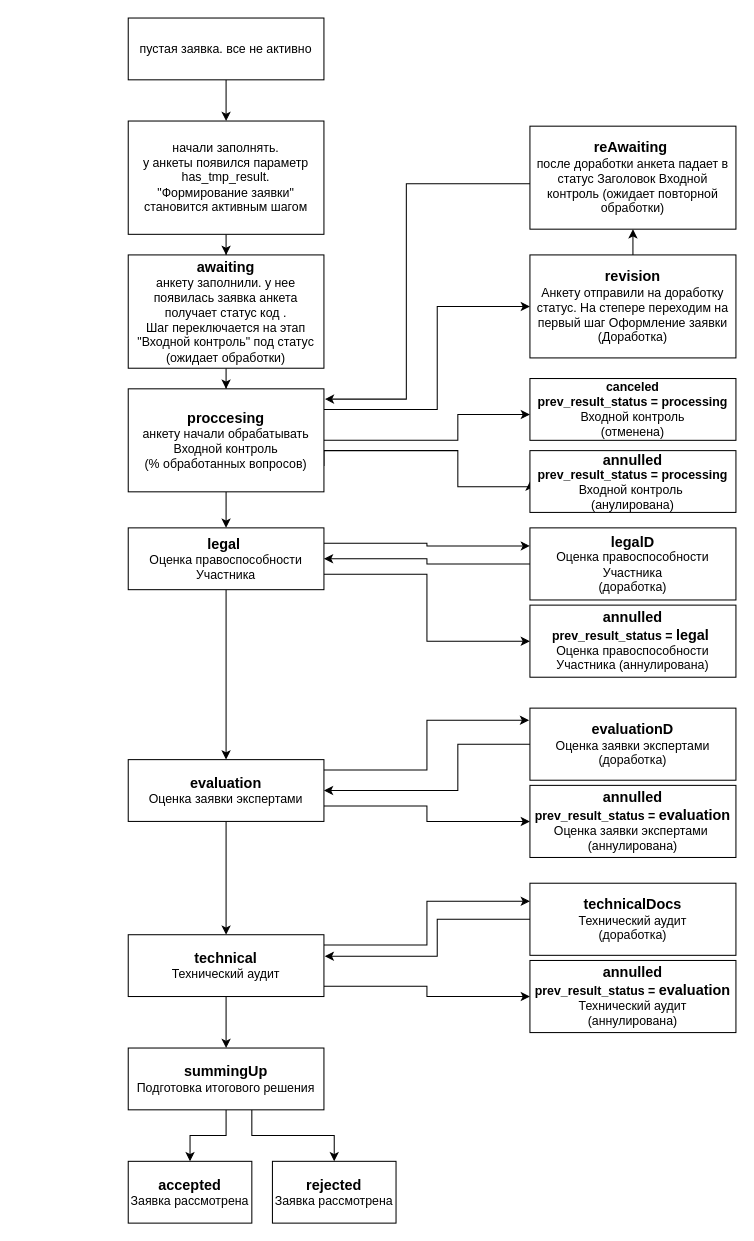
Above: Untitled Diagram.drawio in burnJoy/test2 (draw.io), before the change. Source tidied: cells renumbered, new cells numbered last; positions are measured from the earlier drawing's top-left corner, leaving out a move shared by most shapes. Both pictures are drawn from the tidied source at 103%, with x=0, y=0 at pixel (128, 18).
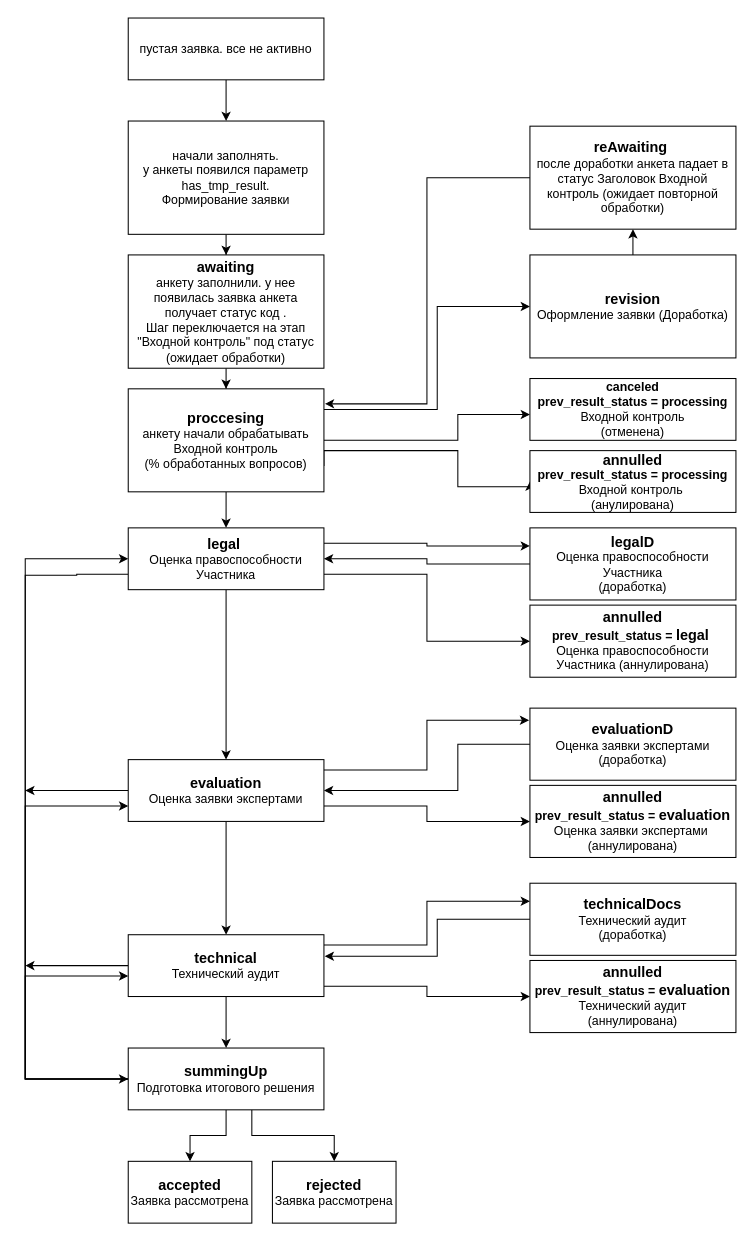
The same diagram, later.

Unchanged cells that the change refers to:
```xml
<mxCell id="12" value="&lt;b&gt;&lt;font style=&quot;font-size: 14px;&quot;&gt;proccesing&lt;/font&gt;&lt;/b&gt;&lt;br&gt;анкету начали обрабатывать&lt;br&gt;Входной контроль&lt;br&gt;(% обработанных вопросов)" style="rounded=0;whiteSpace=wrap;html=1;" parent="1" vertex="1">
  <mxGeometry y="360" width="190" height="100" as="geometry" />
</mxCell>
<mxCell id="16" value="&lt;b&gt;&lt;font style=&quot;font-size: 14px;&quot;&gt;legal&amp;nbsp;&lt;/font&gt;&lt;/b&gt;&lt;br&gt;Оценка правоспособности Участника" style="rounded=0;whiteSpace=wrap;html=1;" parent="1" vertex="1">
  <mxGeometry y="495" width="190" height="60" as="geometry" />
</mxCell>
<mxCell id="20" value="&lt;b&gt;&lt;font style=&quot;font-size: 14px;&quot;&gt;reAwaiting&amp;nbsp;&lt;/font&gt;&lt;/b&gt;&lt;br&gt;после доработки анкета падает в статус Заголовок Входной контроль (ожидает повторной обработки)" style="rounded=0;whiteSpace=wrap;html=1;" parent="1" vertex="1">
  <mxGeometry x="390" y="105" width="200" height="100" as="geometry" />
</mxCell>
<mxCell id="28" value="&lt;b&gt;&lt;font style=&quot;font-size: 14px;&quot;&gt;evaluation&lt;/font&gt;&lt;/b&gt;&lt;br&gt;Оценка заявки экспертами" style="rounded=0;whiteSpace=wrap;html=1;" parent="1" vertex="1">
  <mxGeometry y="720" width="190" height="60" as="geometry" />
</mxCell>
<mxCell id="36" value="&lt;b&gt;&lt;font style=&quot;font-size: 14px;&quot;&gt;technical&lt;/font&gt;&lt;/b&gt;&lt;br&gt;Технический аудит" style="rounded=0;whiteSpace=wrap;html=1;" parent="1" vertex="1">
  <mxGeometry y="890" width="190" height="60" as="geometry" />
</mxCell>
<mxCell id="42" value="&lt;b&gt;&lt;font style=&quot;font-size: 14px;&quot;&gt;summingUp&lt;/font&gt;&lt;/b&gt;&lt;br&gt;Подготовка итогового решения" style="rounded=0;whiteSpace=wrap;html=1;" parent="1" vertex="1">
  <mxGeometry y="1000" width="190" height="60" as="geometry" />
</mxCell>
```

What changed in the source:
```diff
@@
-    <mxCell id="5" value="начали заполнять. &lt;br&gt;у анкеты появился параметр has_tmp_result. &lt;br&gt;&quot;Формирование заявки&quot; становится активным шагом" style="rounded=0;whiteSpace=wrap;html=1;" parent="1" vertex="1">
+    <mxCell id="5" value="начали заполнять. &lt;br&gt;у анкеты появился параметр has_tmp_result. &lt;br&gt;Формирование заявки" style="rounded=0;whiteSpace=wrap;html=1;" parent="1" vertex="1">
       <mxGeometry y="100" width="190" height="110" as="geometry" />
     </mxCell>
@@
+    <mxCell id="45" style="edgeStyle=orthogonalEdgeStyle;rounded=0;jettySize=auto;html=1;entryX=0;entryY=0.5;entryDx=0;entryDy=0;" parent="1" edge="1" source="16" target="42">
+      <mxGeometry relative="1" as="geometry">
+        <Array as="points">
+          <mxPoint x="-50" y="540" />
+          <mxPoint x="-100" y="541" />
+          <mxPoint x="-100" y="1030" />
+        </Array>
+      </mxGeometry>
+    </mxCell>
@@
-    <mxCell id="18" value="&lt;font style=&quot;font-size: 14px;&quot;&gt;&lt;b&gt;revision&lt;br&gt;&lt;/b&gt;&lt;/font&gt;Анкету отправили на доработку статус. На степере переходим на первый шаг Оформление заявки (Доработка)" style="rounded=0;whiteSpace=wrap;html=1;" parent="1" vertex="1">
+    <mxCell id="18" value="&lt;font style=&quot;font-size: 14px;&quot;&gt;&lt;b&gt;revision&lt;br&gt;&lt;/b&gt;&lt;/font&gt;Оформление заявки (Доработка)" style="rounded=0;whiteSpace=wrap;html=1;" parent="1" vertex="1">
       <mxGeometry x="390" y="230" width="200" height="100" as="geometry" />
     </mxCell>
-    <mxCell id="19" style="edgeStyle=orthogonalEdgeStyle;rounded=0;jettySize=auto;html=1;entryX=1.005;entryY=0.1;entryDx=0;entryDy=0;entryPerimeter=0;" parent="1" edge="1" target="12">
-      <mxGeometry relative="1" as="geometry">
-        <mxPoint x="395" y="160" as="sourcePoint" />
-        <Array as="points">
-          <mxPoint x="395" y="161" />
-          <mxPoint x="270" y="161" />
-          <mxPoint x="270" y="370" />
-        </Array>
-      </mxGeometry>
-    </mxCell>
@@
+    <mxCell id="46" style="edgeStyle=orthogonalEdgeStyle;rounded=0;jettySize=auto;html=1;" parent="1" edge="1" source="28">
+      <mxGeometry relative="1" as="geometry">
+        <mxPoint x="-100" y="750" as="targetPoint" />
+      </mxGeometry>
+    </mxCell>
@@
+    <mxCell id="47" style="edgeStyle=orthogonalEdgeStyle;rounded=0;jettySize=auto;html=1;" parent="1" edge="1" source="36">
+      <mxGeometry relative="1" as="geometry">
+        <mxPoint x="-100" y="920" as="targetPoint" />
+      </mxGeometry>
+    </mxCell>
@@
+    <mxCell id="48" style="edgeStyle=orthogonalEdgeStyle;rounded=0;jettySize=auto;html=1;entryX=0;entryY=0.5;entryDx=0;entryDy=0;" parent="1" edge="1" source="42" target="16">
+      <mxGeometry relative="1" as="geometry">
+        <Array as="points">
+          <mxPoint x="-100" y="1030" />
+          <mxPoint x="-100" y="525" />
+        </Array>
+      </mxGeometry>
+    </mxCell>
+    <mxCell id="49" style="edgeStyle=orthogonalEdgeStyle;rounded=0;jettySize=auto;html=1;" parent="1" edge="1" source="42">
+      <mxGeometry relative="1" as="geometry">
+        <mxPoint y="930" as="targetPoint" />
+        <Array as="points">
+          <mxPoint x="-100" y="1030" />
+          <mxPoint x="-100" y="930" />
+          <mxPoint y="930" />
+        </Array>
+      </mxGeometry>
+    </mxCell>
+    <mxCell id="50" style="edgeStyle=orthogonalEdgeStyle;rounded=0;jettySize=auto;html=1;entryX=0;entryY=0.75;entryDx=0;entryDy=0;" parent="1" edge="1" source="42" target="28">
+      <mxGeometry relative="1" as="geometry">
+        <Array as="points">
+          <mxPoint x="-100" y="1030" />
+          <mxPoint x="-100" y="765" />
+        </Array>
+      </mxGeometry>
+    </mxCell>
@@
+    <mxCell id="51" style="edgeStyle=orthogonalEdgeStyle;rounded=0;jettySize=auto;html=1;entryX=1.005;entryY=0.146;entryDx=0;entryDy=0;entryPerimeter=0;" parent="1" edge="1" source="20" target="12">
+      <mxGeometry relative="1" as="geometry" />
+    </mxCell>
```
